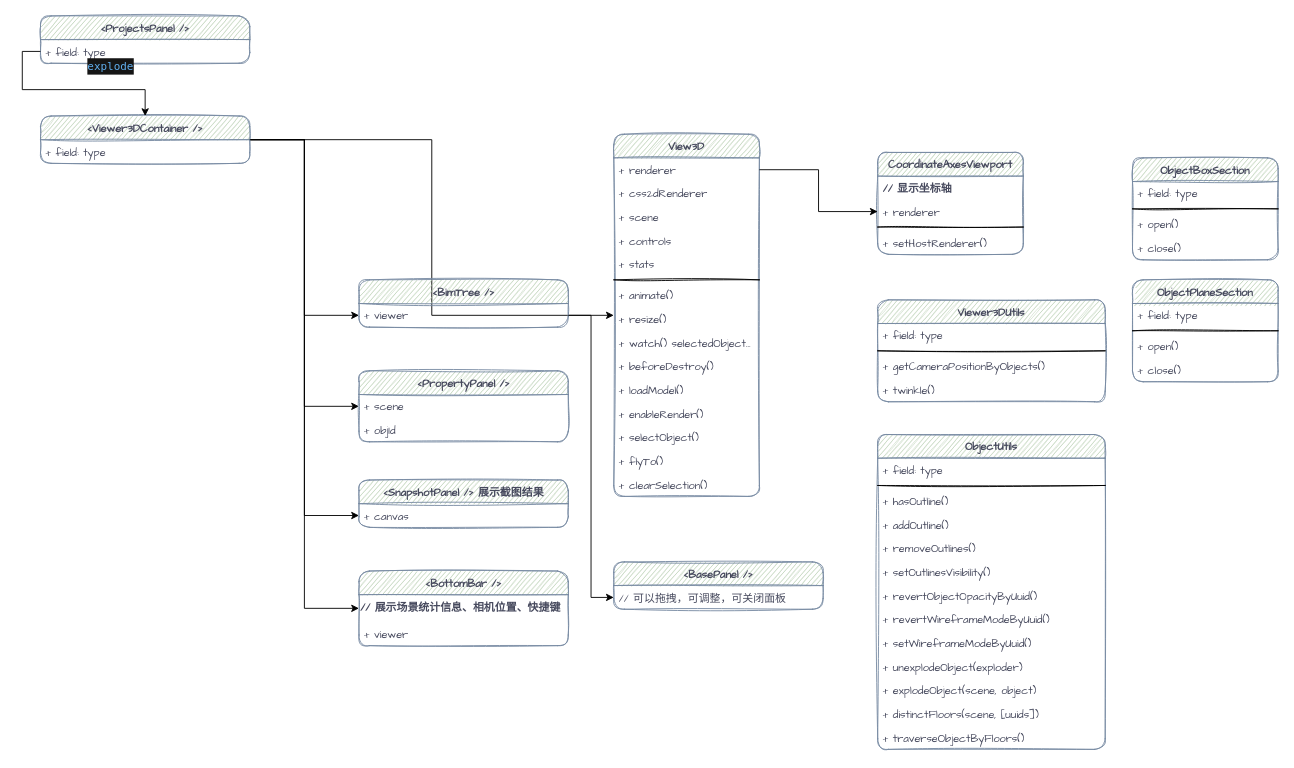
liuxinqiong/drawio keeps this draw.io diagram as page "bim-viewer" (2 of 2) of 捕捉模块.drawio. Above is the earlier version. Source tidied: cells renumbered, new cells numbered last; positions are measured from the earlier drawing's top-left corner, leaving out a move shared by most shapes. Both pictures are drawn from the tidied source at 91%, with x=0, y=0 at pixel (40, 15).
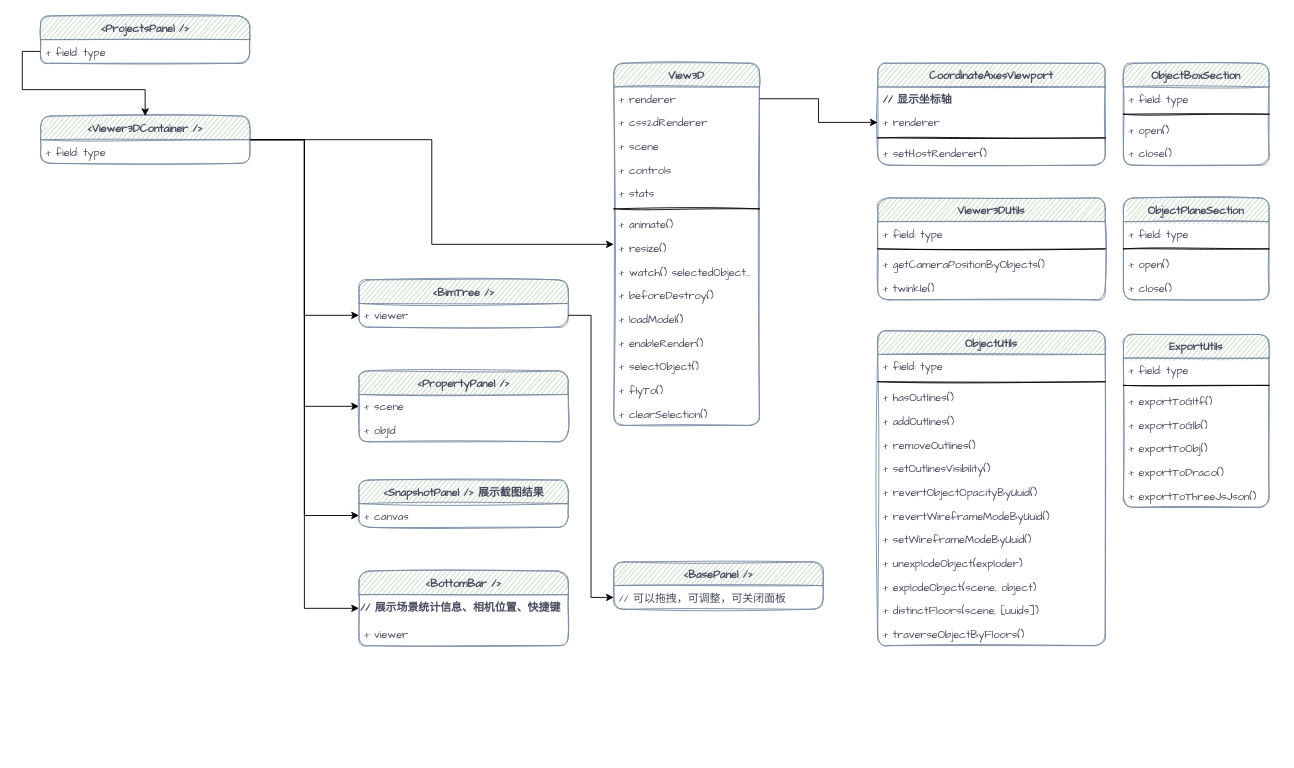
The same diagram, later.

Commit message:
更新捕捉模块.drawio

Diff of the diagram source:
```diff
@@
     <mxCell id="9" value="View3D" style="swimlane;fontStyle=1;align=center;verticalAlign=top;horizontal=1;startSize=26;rounded=1;sketch=1;fontFamily=Comic Sans MS;fontColor=#46495D;strokeColor=#788AA3;fillColor=#B2C9AB;" parent="1" vertex="1">
-      <mxGeometry x="630" y="130" width="160" height="398" as="geometry" />
+      <mxGeometry x="630" y="52" width="160" height="398" as="geometry" />
     </mxCell>
@@
     <mxCell id="25" value="CoordinateAxesViewport" style="swimlane;fontStyle=1;align=center;verticalAlign=top;horizontal=1;startSize=26;rounded=1;sketch=1;fontFamily=Comic Sans MS;fontColor=#46495D;strokeColor=#788AA3;fillColor=#B2C9AB;" parent="1" vertex="1">
-      <mxGeometry x="920" y="150" width="160" height="112" as="geometry" />
+      <mxGeometry x="920" y="52" width="250" height="112" as="geometry" />
     </mxCell>
     <mxCell id="26" value="// 显示坐标轴" style="text;strokeColor=none;fillColor=none;align=left;verticalAlign=top;spacingLeft=4;spacingRight=4;overflow=hidden;rounded=1;sketch=1;fontFamily=Comic Sans MS;fontColor=#46495D;fontStyle=1;" parent="25" vertex="1">
-      <mxGeometry y="26" width="160" height="26" as="geometry" />
+      <mxGeometry y="26" width="250" height="26" as="geometry" />
     </mxCell>
     <mxCell id="27" value="+ renderer" style="text;strokeColor=none;fillColor=none;align=left;verticalAlign=top;spacingLeft=4;spacingRight=4;overflow=hidden;points=[[0,0.5],[1,0.5]];portConstraint=eastwest;rounded=1;sketch=1;fontFamily=Comic Sans MS;fontColor=#46495D;" parent="25" vertex="1">
-      <mxGeometry y="52" width="160" height="26" as="geometry" />
+      <mxGeometry y="52" width="250" height="26" as="geometry" />
     </mxCell>
     <mxCell id="28" style="line;strokeWidth=1;fillColor=none;align=left;verticalAlign=middle;spacingTop=-1;spacingLeft=3;spacingRight=3;labelPosition=right;rounded=1;sketch=1;fontFamily=Comic Sans MS;fontColor=#46495D;" parent="25" vertex="1">
-      <mxGeometry y="78" width="160" height="8" as="geometry" />
+      <mxGeometry y="78" width="250" height="8" as="geometry" />
     </mxCell>
     <mxCell id="29" value="+ setHostRenderer()" style="text;strokeColor=none;fillColor=none;align=left;verticalAlign=top;spacingLeft=4;spacingRight=4;overflow=hidden;rounded=1;sketch=1;fontFamily=Comic Sans MS;fontColor=#46495D;" parent="25" vertex="1">
-      <mxGeometry y="86" width="160" height="26" as="geometry" />
+      <mxGeometry y="86" width="250" height="26" as="geometry" />
     </mxCell>
@@
     <mxCell id="47" value="Viewer3DUtils" style="swimlane;fontStyle=1;align=center;verticalAlign=top;horizontal=1;startSize=26;rounded=1;sketch=1;fontFamily=Comic Sans MS;fontColor=#46495D;strokeColor=#788AA3;fillColor=#B2C9AB;" parent="1" vertex="1">
-      <mxGeometry x="920" y="312" width="250" height="112" as="geometry" />
+      <mxGeometry x="920" y="200" width="250" height="112" as="geometry" />
     </mxCell>
@@
     <mxCell id="52" value="ObjectUtils" style="swimlane;fontStyle=1;align=center;verticalAlign=top;horizontal=1;startSize=26;rounded=1;sketch=1;fontFamily=Comic Sans MS;fontColor=#46495D;strokeColor=#788AA3;fillColor=#B2C9AB;" parent="1" vertex="1">
-      <mxGeometry x="920" y="460" width="250" height="346" as="geometry" />
+      <mxGeometry x="920" y="346" width="250" height="346" as="geometry" />
     </mxCell>
@@
-    <mxCell id="55" value="+ hasOutline()" style="text;strokeColor=none;fillColor=none;align=left;verticalAlign=top;spacingLeft=4;spacingRight=4;overflow=hidden;rounded=1;sketch=1;fontFamily=Comic Sans MS;fontColor=#46495D;" parent="52" vertex="1">
+    <mxCell id="55" value="+ hasOutlines()" style="text;strokeColor=none;fillColor=none;align=left;verticalAlign=top;spacingLeft=4;spacingRight=4;overflow=hidden;rounded=1;sketch=1;fontFamily=Comic Sans MS;fontColor=#46495D;" parent="52" vertex="1">
       <mxGeometry y="60" width="250" height="26" as="geometry" />
     </mxCell>
-    <mxCell id="56" value="+ addOutline()" style="text;strokeColor=none;fillColor=none;align=left;verticalAlign=top;spacingLeft=4;spacingRight=4;overflow=hidden;rounded=1;sketch=1;fontFamily=Comic Sans MS;fontColor=#46495D;" parent="52" vertex="1">
+    <mxCell id="56" value="+ addOutlines()" style="text;strokeColor=none;fillColor=none;align=left;verticalAlign=top;spacingLeft=4;spacingRight=4;overflow=hidden;rounded=1;sketch=1;fontFamily=Comic Sans MS;fontColor=#46495D;" parent="52" vertex="1">
       <mxGeometry y="86" width="250" height="26" as="geometry" />
     </mxCell>
@@
     <mxCell id="66" value="ObjectBoxSection" style="swimlane;fontStyle=1;align=center;verticalAlign=top;horizontal=1;startSize=26;rounded=1;sketch=1;fontFamily=Comic Sans MS;fontColor=#46495D;strokeColor=#788AA3;fillColor=#B2C9AB;" parent="1" vertex="1">
-      <mxGeometry x="1200" y="156" width="160" height="112" as="geometry" />
+      <mxGeometry x="1190" y="52" width="160" height="112" as="geometry" />
     </mxCell>
@@
     <mxCell id="71" value="ObjectPlaneSection" style="swimlane;fontStyle=1;align=center;verticalAlign=top;horizontal=1;startSize=26;rounded=1;sketch=1;fontFamily=Comic Sans MS;fontColor=#46495D;strokeColor=#788AA3;fillColor=#B2C9AB;" parent="1" vertex="1">
-      <mxGeometry x="1200" y="290" width="160" height="112" as="geometry" />
+      <mxGeometry x="1190" y="200" width="160" height="112" as="geometry" />
     </mxCell>
@@
-    <mxCell id="76" value="&lt;div style=&quot;color: rgb(187, 187, 187); background-color: rgb(21, 21, 21); font-family: &amp;quot;source code pro&amp;quot;, menlo, monaco, &amp;quot;courier new&amp;quot;, monospace, menlo, monaco, &amp;quot;courier new&amp;quot;, monospace; font-weight: normal; font-size: 12px; line-height: 18px;&quot;&gt;&lt;div&gt;&lt;span style=&quot;color: #61afef&quot;&gt;explode&lt;/span&gt;&lt;/div&gt;&lt;/div&gt;" style="text;whiteSpace=wrap;html=1;" parent="1" vertex="1">
-      <mxGeometry x="50" y="40" width="80" height="30" as="geometry" />
-    </mxCell>
+    <mxCell id="77" value="ExportUtils" style="swimlane;fontStyle=1;align=center;verticalAlign=top;horizontal=1;startSize=26;rounded=1;sketch=1;fontFamily=Comic Sans MS;fontColor=#46495D;strokeColor=#788AA3;fillColor=#B2C9AB;" parent="1" vertex="1">
+      <mxGeometry x="1190" y="350" width="160" height="190" as="geometry" />
+    </mxCell>
+    <mxCell id="78" value="+ field: type" style="text;strokeColor=none;fillColor=none;align=left;verticalAlign=top;spacingLeft=4;spacingRight=4;overflow=hidden;rounded=1;sketch=1;fontFamily=Comic Sans MS;fontColor=#46495D;" parent="77" vertex="1">
+      <mxGeometry y="26" width="160" height="26" as="geometry" />
+    </mxCell>
+    <mxCell id="79" style="line;strokeWidth=1;fillColor=none;align=left;verticalAlign=middle;spacingTop=-1;spacingLeft=3;spacingRight=3;labelPosition=right;rounded=1;sketch=1;fontFamily=Comic Sans MS;fontColor=#46495D;" parent="77" vertex="1">
+      <mxGeometry y="52" width="160" height="8" as="geometry" />
+    </mxCell>
+    <mxCell id="80" value="+ exportToGltf()" style="text;strokeColor=none;fillColor=none;align=left;verticalAlign=top;spacingLeft=4;spacingRight=4;overflow=hidden;rounded=1;sketch=1;fontFamily=Comic Sans MS;fontColor=#46495D;" parent="77" vertex="1">
+      <mxGeometry y="60" width="160" height="26" as="geometry" />
+    </mxCell>
+    <mxCell id="81" value="+ exportToGlb()" style="text;strokeColor=none;fillColor=none;align=left;verticalAlign=top;spacingLeft=4;spacingRight=4;overflow=hidden;rounded=1;sketch=1;fontFamily=Comic Sans MS;fontColor=#46495D;" parent="77" vertex="1">
+      <mxGeometry y="86" width="160" height="26" as="geometry" />
+    </mxCell>
+    <mxCell id="82" value="+ exportToObj()" style="text;strokeColor=none;fillColor=none;align=left;verticalAlign=top;spacingLeft=4;spacingRight=4;overflow=hidden;rounded=1;sketch=1;fontFamily=Comic Sans MS;fontColor=#46495D;" parent="77" vertex="1">
+      <mxGeometry y="112" width="160" height="26" as="geometry" />
+    </mxCell>
+    <mxCell id="83" value="+ exportToDraco()" style="text;strokeColor=none;fillColor=none;align=left;verticalAlign=top;spacingLeft=4;spacingRight=4;overflow=hidden;rounded=1;sketch=1;fontFamily=Comic Sans MS;fontColor=#46495D;" parent="77" vertex="1">
+      <mxGeometry y="138" width="160" height="26" as="geometry" />
+    </mxCell>
+    <mxCell id="84" value="+ exportToThreeJsJson()" style="text;strokeColor=none;fillColor=none;align=left;verticalAlign=top;spacingLeft=4;spacingRight=4;overflow=hidden;rounded=1;sketch=1;fontFamily=Comic Sans MS;fontColor=#46495D;" parent="77" vertex="1">
+      <mxGeometry y="164" width="160" height="26" as="geometry" />
+    </mxCell>
```
